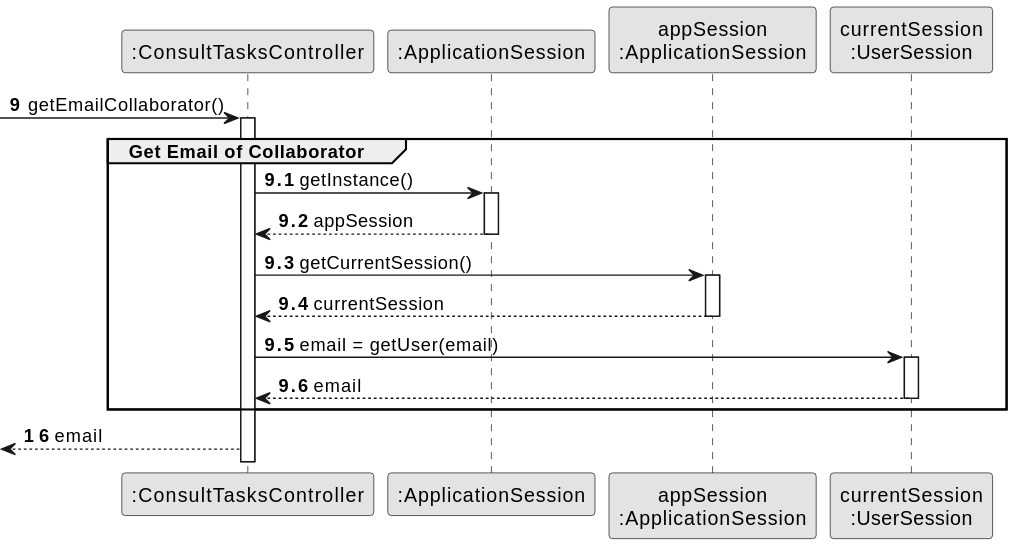
Above: docs/sprintC/us028/03.design/svg/us028-sequence-diagram-partial-get-email.svg in Departamento-de-Engenharia-Informatica/lei-24-s2-1dm-g132 (PlantUML), before the change. The source it was exported from:
```plantuml
@startuml
skinparam monochrome true
skinparam packageStyle rectangle
skinparam shadowing false

participant ":ConsultTasksController" as CTRL
participant ":ApplicationSession" as _APP
participant "appSession\n:ApplicationSession" as APP
participant "currentSession\n:UserSession" as SESSION

autonumber 9
-> CTRL : getEmailCollaborator()

autonumber 9.1

activate CTRL
    group Get Email of Collaborator
           CTRL -> _APP : getInstance()
           activate _APP

           _APP --> CTRL : appSession
           deactivate _APP

           CTRL -> APP : getCurrentSession()
           activate APP

           APP --> CTRL : currentSession
           deactivate APP

           CTRL -> SESSION : email = getUser(email)
           activate SESSION

           SESSION --> CTRL : email
           deactivate SESSION

end group
autonumber 16
<-- CTRL : email
@enduml
```
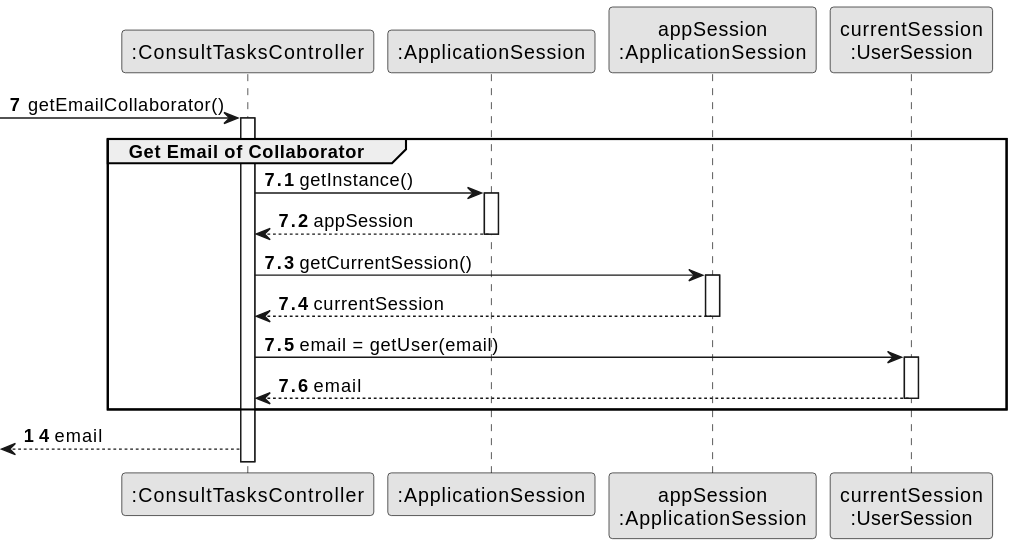
The same diagram one commit later.

Commit message:
US28 fixed small typos in sequence diagrams

What changed in the source:
```diff
@@ -8,10 +8,10 @@
 participant "appSession\n:ApplicationSession" as APP
 participant "currentSession\n:UserSession" as SESSION
 
-autonumber 9
+autonumber 7
 -> CTRL : getEmailCollaborator()
 
-autonumber 9.1
+autonumber 7.1
 
 activate CTRL
     group Get Email of Collaborator
@@ -34,6 +34,6 @@
            deactivate SESSION
 
 end group
-autonumber 16
+autonumber 14
 <-- CTRL : email
 @enduml
```
